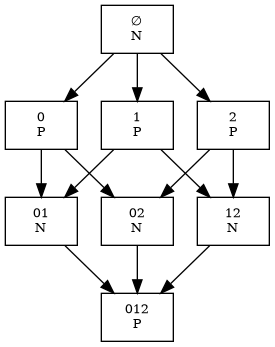
Before: game_tree/decision_tree_012.png, a diagram exported from Graphviz (AdirAli/sparse-ruler-n-p-position). Its source is kept beside it as game_tree/decision_tree_012.dot. Its diagram source:
```dot
digraph G {
  rankdir=TB;
  node [shape=box, fontsize=10];
  n0 [label="∅\nN"];
  n1 [label="0\nP"];
  n2 [label="01\nN"];
  n3 [label="012\nP"];
  n4 [label="02\nN"];
  n5 [label="1\nP"];
  n6 [label="12\nN"];
  n7 [label="2\nP"];

  n0 -> n1;
  n0 -> n5;
  n0 -> n7;
  n1 -> n2;
  n1 -> n4;
  n2 -> n3;
  n4 -> n3;
  n5 -> n2;
  n5 -> n6;
  n6 -> n3;
  n7 -> n4;
  n7 -> n6;
}
```
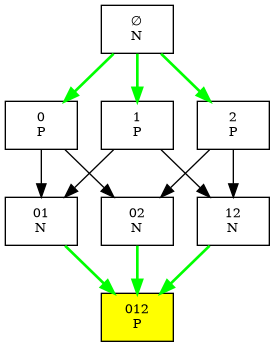
Above is the later version.

What changed in the source:
```diff
@@ -4,22 +4,22 @@
   n0 [label="∅\nN"];
   n1 [label="0\nP"];
   n2 [label="01\nN"];
-  n3 [label="012\nP"];
+  n3 [label="012\nP", style=filled, fillcolor=yellow];
   n4 [label="02\nN"];
   n5 [label="1\nP"];
   n6 [label="12\nN"];
   n7 [label="2\nP"];
 
-  n0 -> n1;
-  n0 -> n5;
-  n0 -> n7;
+  n0 -> n1 [color=green, penwidth=2.0];
+  n0 -> n5 [color=green, penwidth=2.0];
+  n0 -> n7 [color=green, penwidth=2.0];
   n1 -> n2;
   n1 -> n4;
-  n2 -> n3;
-  n4 -> n3;
+  n2 -> n3 [color=green, penwidth=2.0];
+  n4 -> n3 [color=green, penwidth=2.0];
   n5 -> n2;
   n5 -> n6;
-  n6 -> n3;
+  n6 -> n3 [color=green, penwidth=2.0];
   n7 -> n4;
   n7 -> n6;
 }
```
